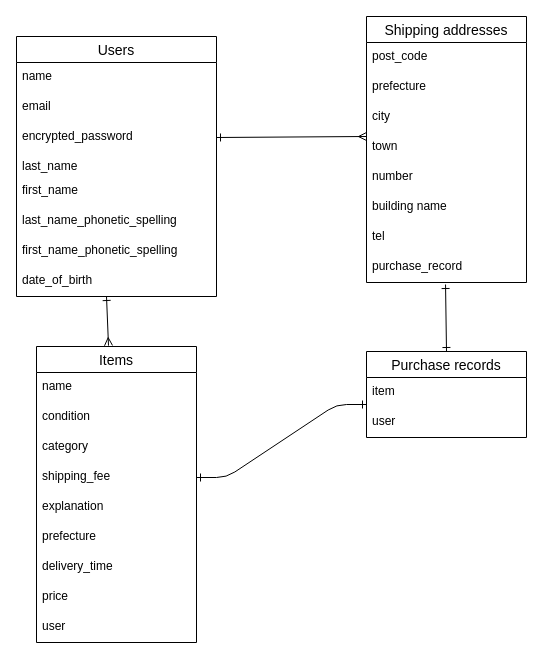
The draw.io diagram furima.dio in frmwkym/furima-40918, before the edit. Source tidied: cells renumbered, new cells numbered last; positions are measured from the earlier drawing's top-left corner, leaving out a move shared by most shapes. Both pictures are drawn from the tidied source at 100%, with x=0, y=0 at pixel (16, 16).
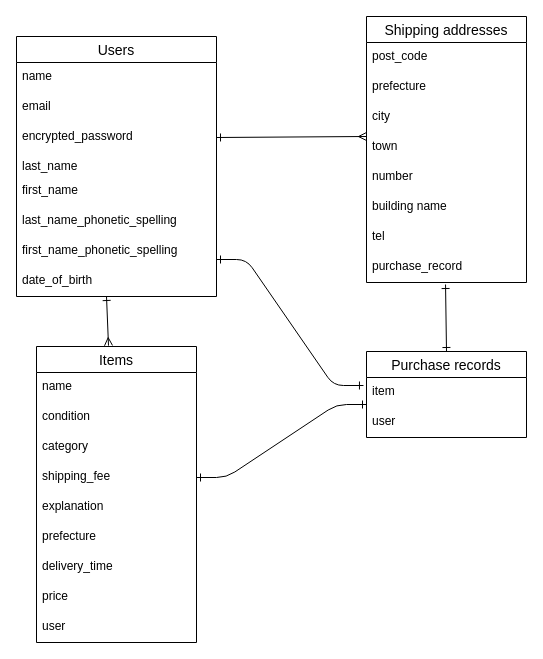
The same diagram, later.

Commit message (it also covers changes not shown here):
データベース設計5

Unchanged cells that the change refers to:
```xml
<mxCell id="31" value="item" style="text;strokeColor=none;fillColor=none;spacingLeft=4;spacingRight=4;overflow=hidden;points=[[0,0.5],[1,0.5]];portConstraint=eastwest;fontSize=12;" parent="30" vertex="1">
  <mxGeometry y="26" width="160" height="30" as="geometry" />
</mxCell>
```

Diff of the diagram source:
```diff
@@
+    <mxCell id="37" style="edgeStyle=entityRelationEdgeStyle;fontSize=12;html=1;endArrow=ERone;startArrow=ERone;exitX=1;exitY=0.5;exitDx=0;exitDy=0;startFill=0;endFill=0;entryX=-0.019;entryY=0.267;entryDx=0;entryDy=0;entryPerimeter=0;" parent="1" edge="1" target="31">
+      <mxGeometry relative="1" as="geometry">
+        <mxPoint x="200" y="243" as="sourcePoint" />
+      </mxGeometry>
+    </mxCell>
```
